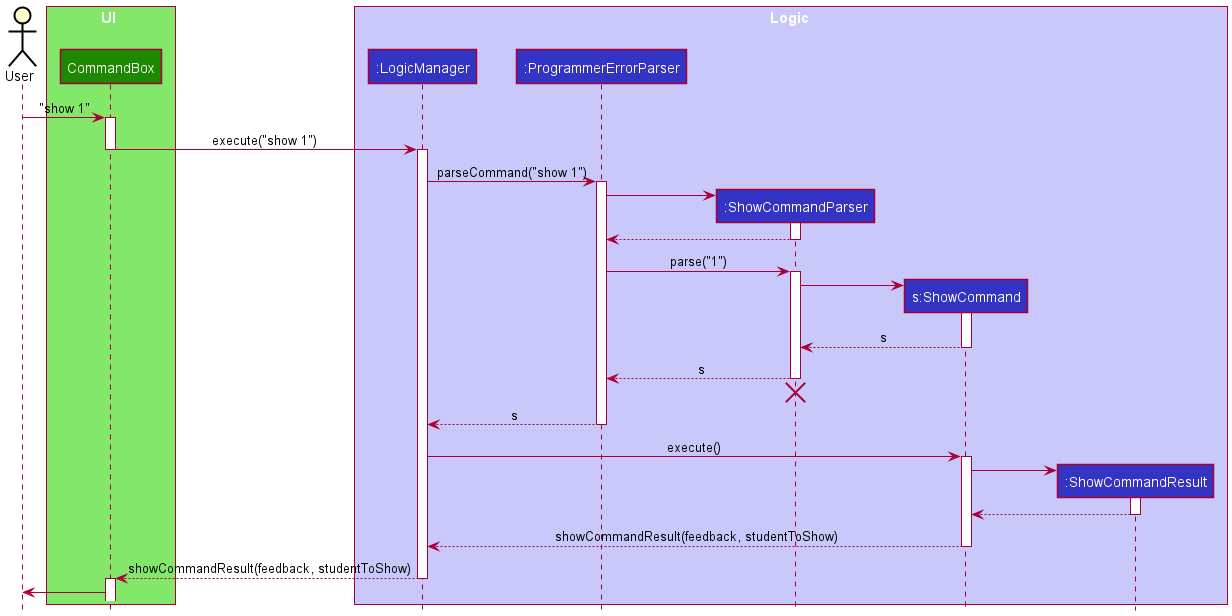
The PlantUML diagram docs/images/commands/ShowCommand/ShowSequenceDiagram.png in nus-cs2103-AY2122S1/tp, before a commit.
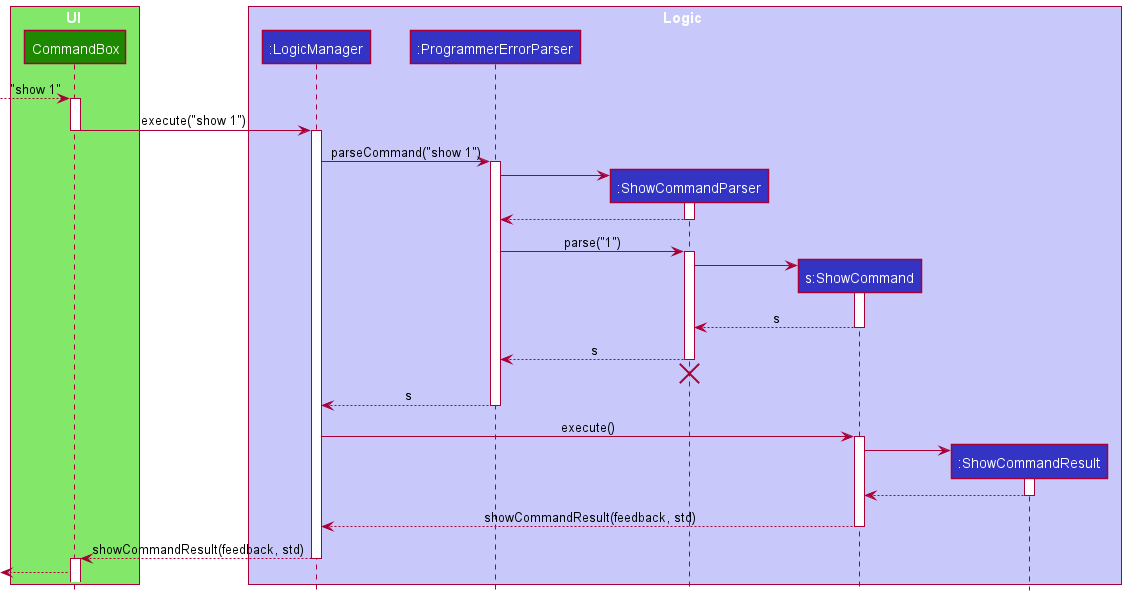
Above is the later version.

Commit message:
Update show sequence diagram

Change to the diagram source:
```diff
@@ -1,6 +1,5 @@
 @startuml
 !include ../style.puml
-actor User
 
 box UI UI_COLOR_T1
 participant "CommandBox" as CommandBox UI_COLOR
@@ -14,7 +13,7 @@
 participant ":ShowCommandResult" as ShowCommandResult LOGIC_COLOR
 end box
 
-User -> CommandBox : "show 1"
+[--> CommandBox : "show 1"
 activate CommandBox
 
 CommandBox -> LogicManager:execute("show 1")
@@ -61,13 +60,13 @@
 ShowCommandResult --> ShowCommand
 deactivate ShowCommandResult
 
-ShowCommand --> LogicManager : showCommandResult(feedback, studentToShow)
+ShowCommand --> LogicManager : showCommandResult(feedback, std)
 deactivate ShowCommand
 
-LogicManager --> CommandBox : showCommandResult(feedback, studentToShow)
+LogicManager --> CommandBox : showCommandResult(feedback, std)
 deactivate LogicManager
 activate CommandBox
-CommandBox -> User
+[<--CommandBox
 
 
 @enduml
```
